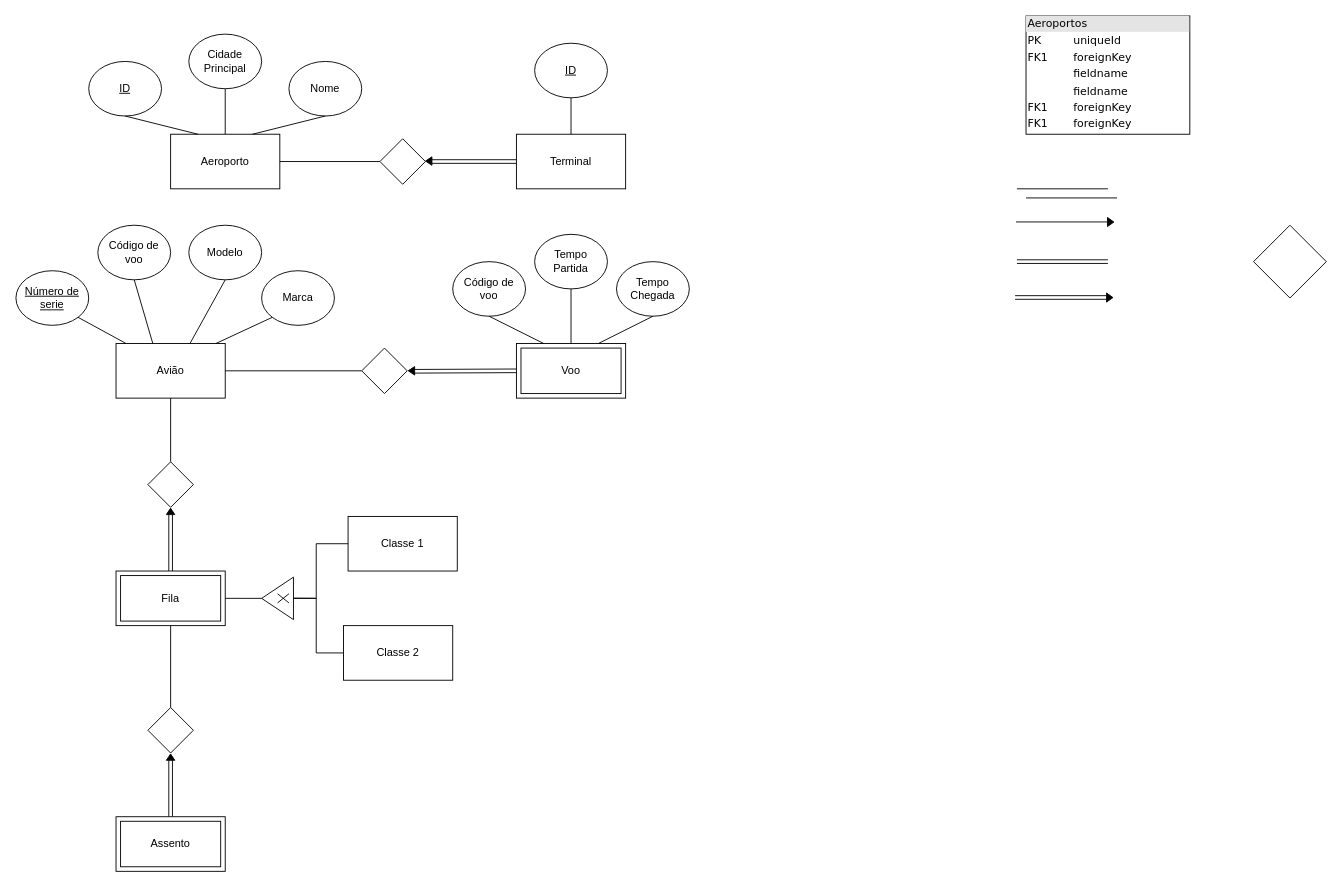
Before: Projeto_BD.drawio in Samuel-k276/BD-2025, a draw.io diagram. Source tidied: cells renumbered, new cells numbered last; positions are measured from the earlier drawing's top-left corner, leaving out a move shared by most shapes. Both pictures are drawn from the tidied source at 91%, with x=0, y=0 at pixel (15, 15).
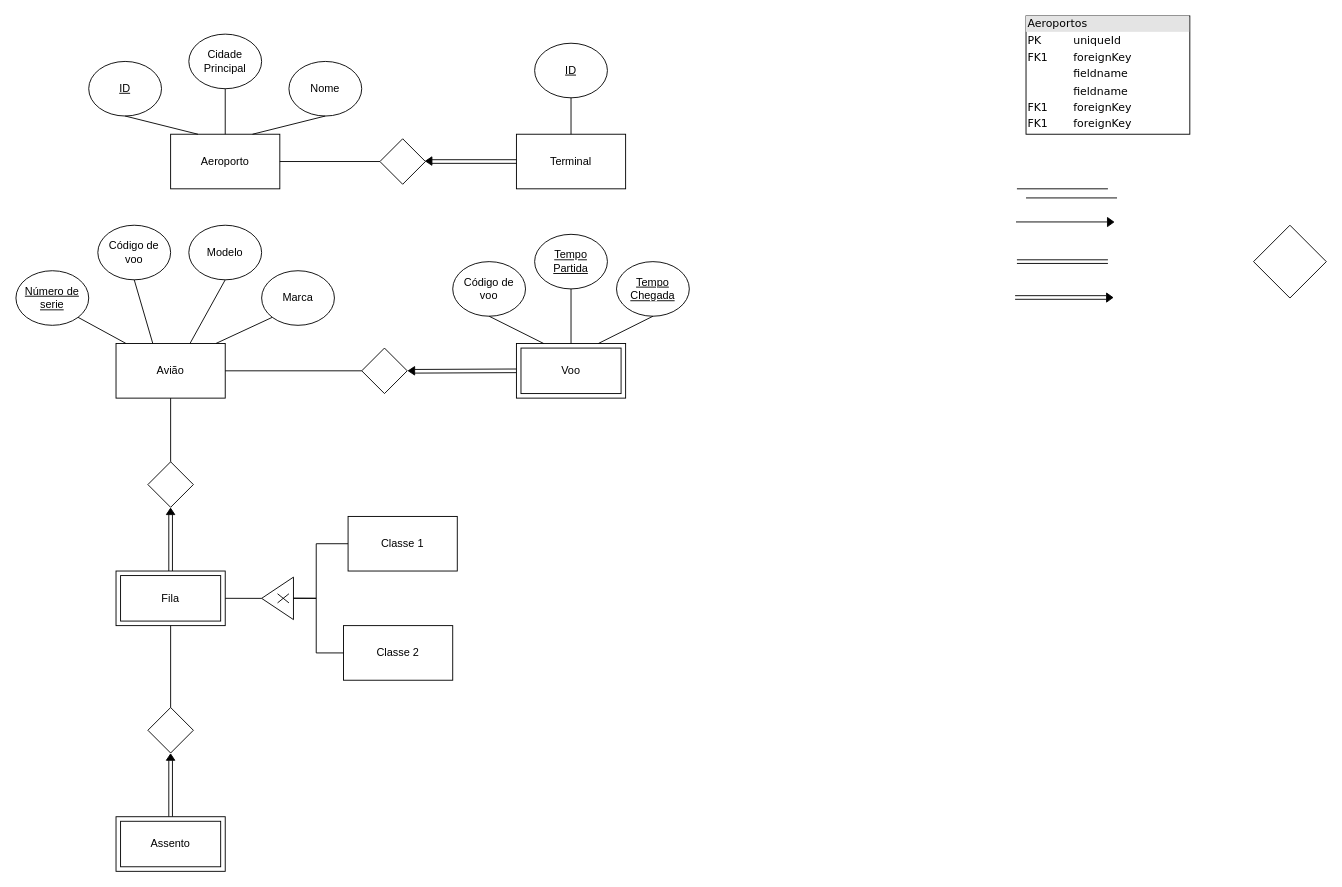
After the change.

Commit message:
key voo?

The edit, as a diff of the source:
```diff
@@
-    <mxCell id="69" value="Tempo&lt;div&gt;Partida&lt;/div&gt;" style="ellipse;whiteSpace=wrap;html=1;" parent="1" vertex="1">
+    <mxCell id="69" value="&lt;u&gt;Tempo&lt;/u&gt;&lt;div&gt;&lt;u&gt;Partida&lt;/u&gt;&lt;/div&gt;" style="ellipse;whiteSpace=wrap;html=1;" parent="1" vertex="1">
       <mxGeometry x="570" y="240" width="80" height="60" as="geometry" />
     </mxCell>
-    <mxCell id="70" value="Tempo&lt;div&gt;Chegada&lt;/div&gt;" style="ellipse;whiteSpace=wrap;html=1;" parent="1" vertex="1">
+    <mxCell id="70" value="&lt;u&gt;Tempo&lt;/u&gt;&lt;div&gt;&lt;u&gt;Chegada&lt;/u&gt;&lt;/div&gt;" style="ellipse;whiteSpace=wrap;html=1;" parent="1" vertex="1">
       <mxGeometry x="660" y="270" width="80" height="60" as="geometry" />
     </mxCell>
```
